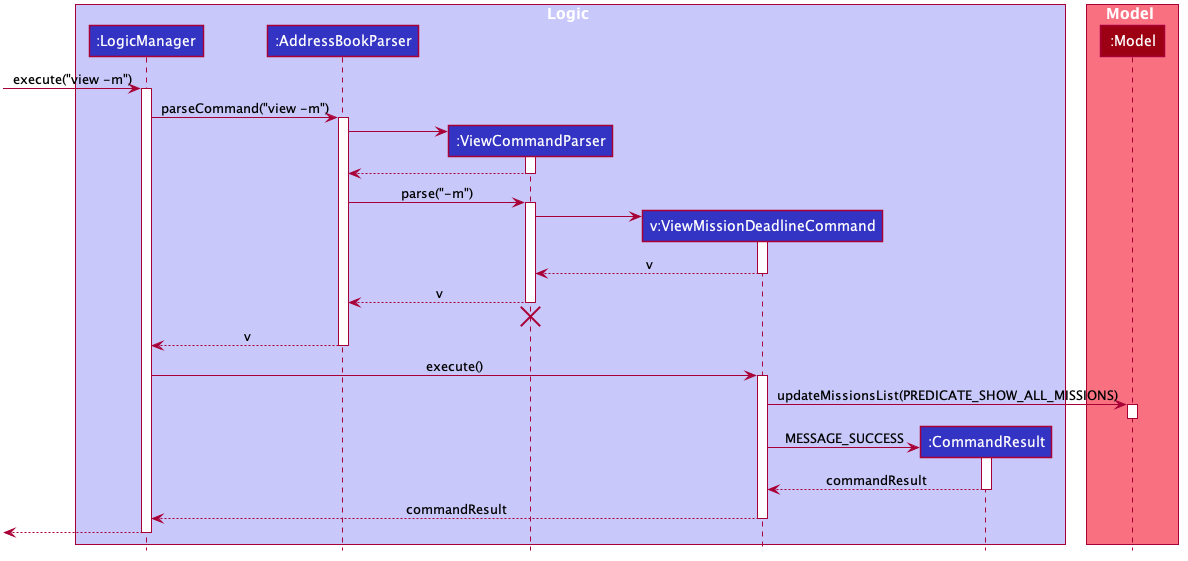
Earlier version of the PlantUML export docs/images/ViewMissionDeadlineSequenceDiagram.png (wireseo/tp).
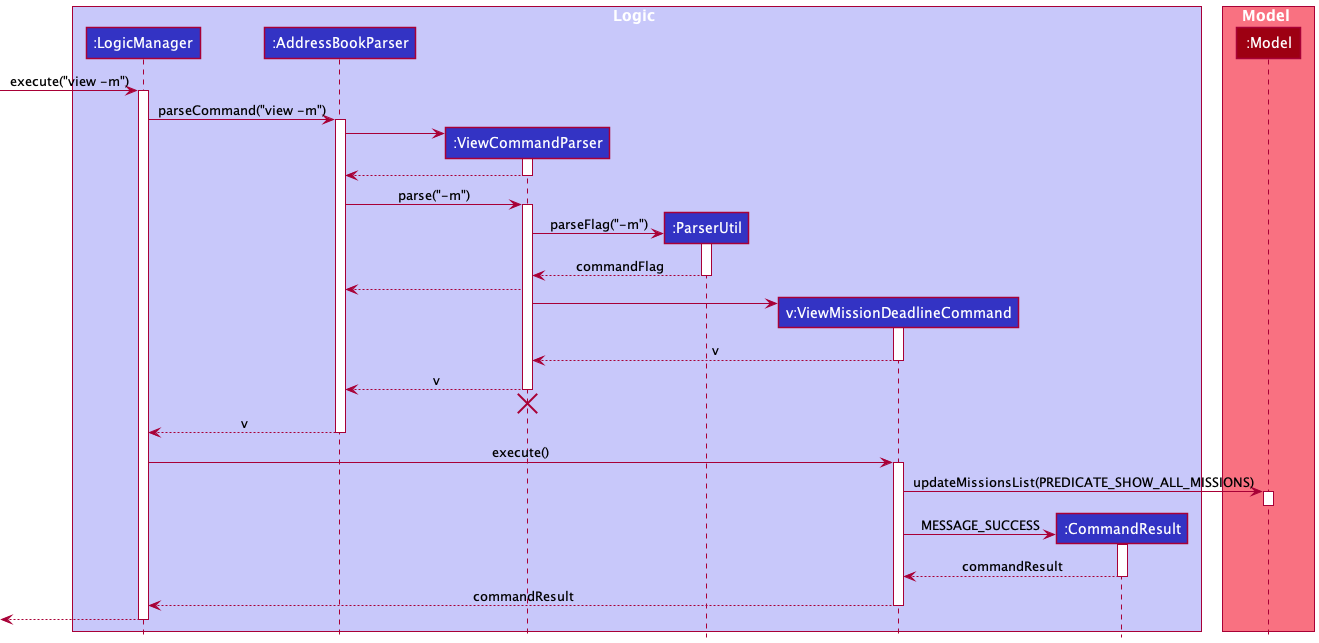
Later version of the same file.

Commit message:
update view command

What changed in the source:
```diff
@@ -1,64 +1,17 @@
 @startuml
+!include style.puml
 
-
-
-
-
-
-
-
-
-skinparam BackgroundColor #FFFFFFF
-
-skinparam Shadowing false
-
-skinparam Class {
-    FontColor #FFFFFF
-    BorderThickness 1
-    BorderColor #FFFFFF
-    StereotypeFontColor #FFFFFF
-    FontName Arial
-}
-
-skinparam Actor {
-    BorderColor #000000
-    Color #000000
-    FontName Arial
-}
-
-skinparam Sequence {
-    MessageAlign center
-    BoxFontSize 15
-    BoxPadding 0
-    BoxFontColor #FFFFFF
-    FontName Arial
-}
-
-skinparam Participant {
-    FontColor #FFFFFFF
-    Padding 20
-}
-
-skinparam MinClassWidth 50
-skinparam ParticipantPadding 10
-skinparam Shadowing false
-skinparam DefaultTextAlignment center
-skinparam packageStyle Rectangle
-
-hide footbox
-hide members
-hide circle
-
-box Logic #C8C8FA
-participant ":LogicManager" as LogicManager #3333C4
-participant ":AddressBookParser" as AddressBookParser #3333C4
-participant ":ViewCommandParser" as ViewCommandParser #3333C4
-participant "v:ViewMissionDeadlineCommand" as ViewMissionDeadlineCommand #3333C4
-participant ":CommandResult" as CommandResult #3333C4
+box Logic LOGIC_COLOR_T1
+participant ":LogicManager" as LogicManager LOGIC_COLOR
+participant ":AddressBookParser" as AddressBookParser LOGIC_COLOR
+participant ":ViewCommandParser" as ViewCommandParser LOGIC_COLOR
+participant ":ParserUtil" as ParserUtil LOGIC_COLOR
+participant "v:ViewMissionDeadlineCommand" as ViewMissionDeadlineCommand LOGIC_COLOR
+participant ":CommandResult" as CommandResult LOGIC_COLOR
 end box
 
-box Model #F97181
-participant ":Model" as Model #9D0012
+box Model MODEL_COLOR_T1
+participant ":Model" as Model MODEL_COLOR
 end box
 
 [-> LogicManager : execute("view -m")
@@ -76,6 +29,15 @@
 
 AddressBookParser -> ViewCommandParser : parse("-m")
 activate ViewCommandParser
+
+create ParserUtil
+ViewCommandParser -> ParserUtil : parseFlag("-m")
+activate ParserUtil
+
+ParserUtil --> ViewCommandParser : commandFlag
+deactivate ParserUtil
+
+ViewCommandParser --> AddressBookParser
 
 create ViewMissionDeadlineCommand
 ViewCommandParser -> ViewMissionDeadlineCommand
```
